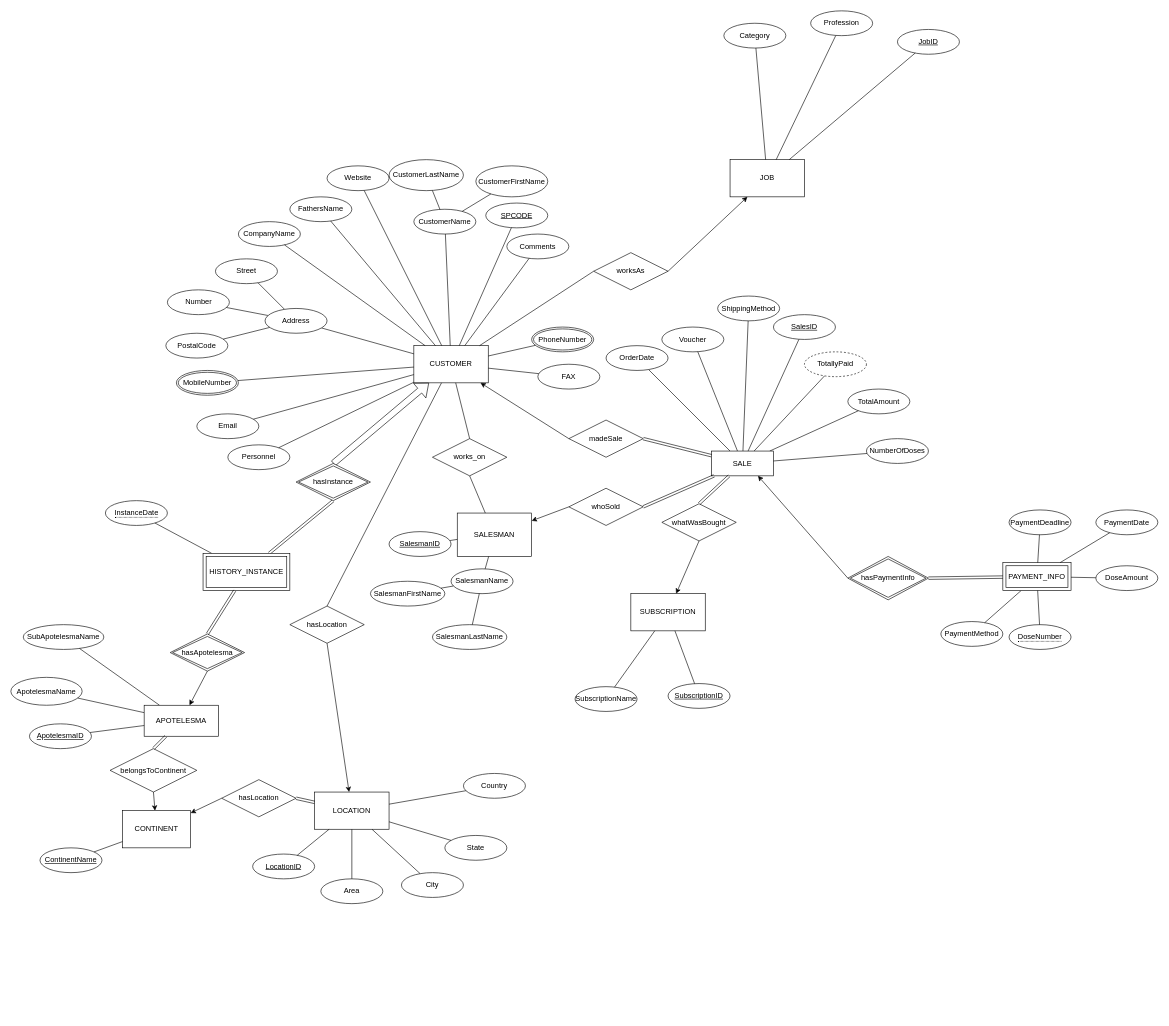
Before: page "Page-1" (1 of 2) of DatabaseFiles/melathronDB.drawio in nickfryganiotis/melathron, a draw.io diagram. Source tidied: cells renumbered, new cells numbered last; positions are measured from the earlier drawing's top-left corner, leaving out a move shared by most shapes. Both pictures are drawn from the tidied source at 62%, with x=0, y=0 at pixel (11, 11).
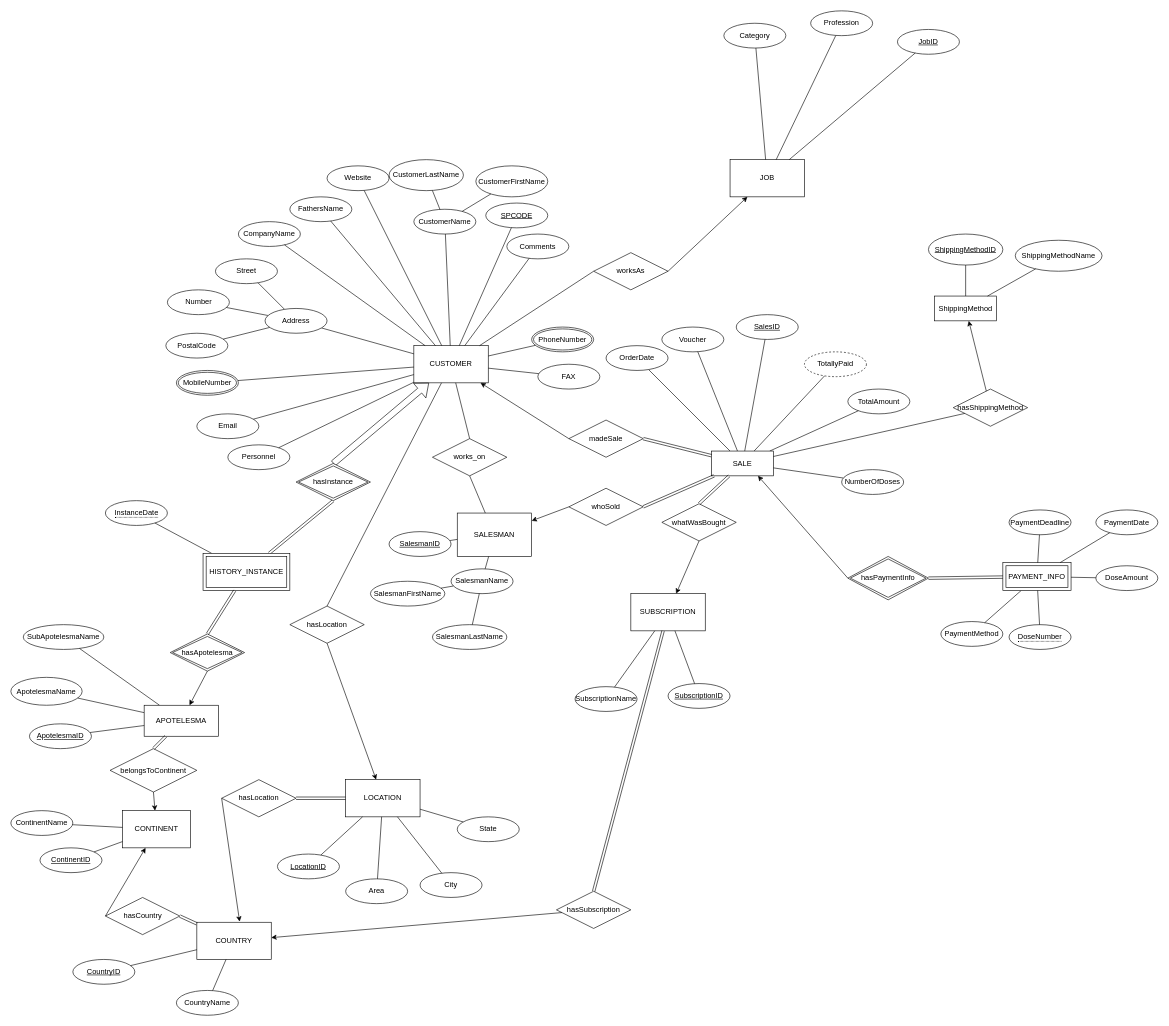
The same diagram, later.

Unchanged cells that the change refers to:
```xml
<mxCell id="3" value="SUBSCRIPTION" style="whiteSpace=wrap;html=1;align=center;" parent="1" vertex="1">
  <mxGeometry x="1000" y="940" width="120" height="60" as="geometry" />
</mxCell>
<mxCell id="55" value="SALE" style="whiteSpace=wrap;html=1;align=center;" parent="1" vertex="1">
  <mxGeometry x="1130" y="710" width="100" height="40" as="geometry" />
</mxCell>
<mxCell id="124" value="CONTINENT" style="whiteSpace=wrap;html=1;align=center;" parent="1" vertex="1">
  <mxGeometry x="180" y="1290" width="110" height="60" as="geometry" />
</mxCell>
<mxCell id="130" value="hasLocation" style="shape=rhombus;perimeter=rhombusPerimeter;whiteSpace=wrap;html=1;align=center;" parent="1" vertex="1">
  <mxGeometry x="340" y="1240" width="120" height="60" as="geometry" />
</mxCell>
```

What changed in the source:
```diff
@@
-    <mxCell id="47" value="ShippingMethod" style="ellipse;whiteSpace=wrap;html=1;align=center;" parent="1" vertex="1">
-      <mxGeometry x="1140" y="460" width="100" height="40" as="geometry" />
-    </mxCell>
-    <mxCell id="48" style="endArrow=none;html=1;rounded=0;" parent="1" edge="1" source="55" target="47">
-      <mxGeometry relative="1" as="geometry" />
-    </mxCell>
@@
     <mxCell id="56" value="SalesID" style="ellipse;whiteSpace=wrap;html=1;align=center;fontStyle=4;" parent="1" vertex="1">
-      <mxGeometry x="1230" y="490" width="100" height="40" as="geometry" />
+      <mxGeometry x="1170" y="490" width="100" height="40" as="geometry" />
     </mxCell>
@@
     <mxCell id="76" value="NumberOfDoses" style="ellipse;whiteSpace=wrap;html=1;align=center;" parent="1" vertex="1">
-      <mxGeometry x="1380" y="690" width="100" height="40" as="geometry" />
+      <mxGeometry x="1340" y="740" width="100" height="40" as="geometry" />
     </mxCell>
@@
     <mxCell id="99" value="LOCATION" style="rounded=0;whiteSpace=wrap;html=1;" parent="1" vertex="1">
-      <mxGeometry x="490" y="1260" width="120" height="60" as="geometry" />
+      <mxGeometry x="540" y="1240" width="120" height="60" as="geometry" />
     </mxCell>
     <mxCell id="100" value="LocationID" style="ellipse;whiteSpace=wrap;html=1;align=center;fontStyle=4;" parent="1" vertex="1">
-      <mxGeometry x="390" y="1360" width="100" height="40" as="geometry" />
+      <mxGeometry x="430" y="1360" width="100" height="40" as="geometry" />
     </mxCell>
-    <mxCell id="101" value="Country" style="ellipse;whiteSpace=wrap;html=1;align=center;" parent="1" vertex="1">
-      <mxGeometry x="730" y="1230" width="100" height="40" as="geometry" />
-    </mxCell>
     <mxCell id="102" value="State" style="ellipse;whiteSpace=wrap;html=1;align=center;" parent="1" vertex="1">
-      <mxGeometry x="700" y="1330" width="100" height="40" as="geometry" />
+      <mxGeometry x="720" y="1300" width="100" height="40" as="geometry" />
     </mxCell>
     <mxCell id="103" value="City" style="ellipse;whiteSpace=wrap;html=1;align=center;" parent="1" vertex="1">
-      <mxGeometry x="630" y="1390" width="100" height="40" as="geometry" />
+      <mxGeometry x="660" y="1390" width="100" height="40" as="geometry" />
     </mxCell>
     <mxCell id="104" value="Area" style="ellipse;whiteSpace=wrap;html=1;align=center;" parent="1" vertex="1">
-      <mxGeometry x="500" y="1400" width="100" height="40" as="geometry" />
+      <mxGeometry x="540" y="1400" width="100" height="40" as="geometry" />
     </mxCell>
@@
-    <mxCell id="106" style="endArrow=none;html=1;rounded=0;" parent="1" edge="1" source="101" target="99">
-      <mxGeometry relative="1" as="geometry" />
-    </mxCell>
@@
-    <mxCell id="129" value="ContinentName" style="ellipse;whiteSpace=wrap;html=1;align=center;fontStyle=4;" parent="1" vertex="1">
+    <mxCell id="129" value="ContinentID" style="ellipse;whiteSpace=wrap;html=1;align=center;fontStyle=4;" parent="1" vertex="1">
       <mxGeometry x="47" y="1350" width="100" height="40" as="geometry" />
     </mxCell>
@@
-    <mxCell id="132" style="endArrow=classic;html=1;exitX=0;exitY=0.5;exitDx=0;exitDy=0;" parent="1" edge="1" source="130" target="124">
+    <mxCell id="132" style="endArrow=classic;html=1;exitX=0;exitY=0.5;exitDx=0;exitDy=0;entryX=0.575;entryY=-0.017;entryDx=0;entryDy=0;entryPerimeter=0;" parent="1" edge="1" source="130" target="141">
       <mxGeometry relative="1" as="geometry" />
     </mxCell>
@@
+    <mxCell id="141" value="COUNTRY" style="rounded=0;whiteSpace=wrap;html=1;" parent="1" vertex="1">
+      <mxGeometry x="300" y="1470" width="120" height="60" as="geometry" />
+    </mxCell>
+    <mxCell id="142" value="ContinentName" style="ellipse;whiteSpace=wrap;html=1;align=center;" parent="1" vertex="1">
+      <mxGeometry y="1290" width="100" height="40" as="geometry" />
+    </mxCell>
+    <mxCell id="143" style="endArrow=none;html=1;rounded=0;" parent="1" edge="1" source="142" target="124">
+      <mxGeometry relative="1" as="geometry" />
+    </mxCell>
+    <mxCell id="144" value="CountryID" style="ellipse;whiteSpace=wrap;html=1;align=center;fontStyle=4;" parent="1" vertex="1">
+      <mxGeometry x="100" y="1530" width="100" height="40" as="geometry" />
+    </mxCell>
+    <mxCell id="145" value="CountryName" style="ellipse;whiteSpace=wrap;html=1;align=center;" parent="1" vertex="1">
+      <mxGeometry x="267" y="1580" width="100" height="40" as="geometry" />
+    </mxCell>
+    <mxCell id="146" style="endArrow=none;html=1;rounded=0;" parent="1" edge="1" source="144" target="141">
+      <mxGeometry relative="1" as="geometry" />
+    </mxCell>
+    <mxCell id="147" style="endArrow=none;html=1;rounded=0;" parent="1" edge="1" source="145" target="141">
+      <mxGeometry relative="1" as="geometry" />
+    </mxCell>
+    <mxCell id="148" value="hasCountry" style="shape=rhombus;perimeter=rhombusPerimeter;whiteSpace=wrap;html=1;align=center;" parent="1" vertex="1">
+      <mxGeometry x="152.5" y="1430" width="120" height="60" as="geometry" />
+    </mxCell>
+    <mxCell id="149" style="endArrow=none;html=1;rounded=0;exitX=1;exitY=0.5;exitDx=0;exitDy=0;shape=link;" parent="1" edge="1" source="148" target="141">
+      <mxGeometry relative="1" as="geometry" />
+    </mxCell>
+    <mxCell id="150" style="endArrow=classic;html=1;exitX=0;exitY=0.5;exitDx=0;exitDy=0;" parent="1" edge="1" source="148" target="124">
+      <mxGeometry relative="1" as="geometry" />
+    </mxCell>
+    <mxCell id="151" value="hasSubscription" style="shape=rhombus;perimeter=rhombusPerimeter;whiteSpace=wrap;html=1;align=center;" parent="1" vertex="1">
+      <mxGeometry x="880" y="1420" width="120" height="60" as="geometry" />
+    </mxCell>
+    <mxCell id="152" style="endArrow=none;html=1;rounded=0;exitX=0.5;exitY=0;exitDx=0;exitDy=0;shape=link;" parent="1" edge="1" source="151" target="3">
+      <mxGeometry relative="1" as="geometry" />
+    </mxCell>
+    <mxCell id="153" style="endArrow=classic;html=1;strokeColor=#000000;" parent="1" edge="1" source="151" target="141">
+      <mxGeometry relative="1" as="geometry" />
+    </mxCell>
+    <mxCell id="47" value="ShippingMethod" style="whiteSpace=wrap;html=1;align=center;" parent="1" vertex="1">
+      <mxGeometry x="1490" y="460" width="100" height="40" as="geometry" />
+    </mxCell>
+    <mxCell id="154" value="ShippingMethodName" style="ellipse;whiteSpace=wrap;html=1;align=center;" parent="1" vertex="1">
+      <mxGeometry x="1620" y="370" width="140" height="50" as="geometry" />
+    </mxCell>
+    <mxCell id="155" value="hasShippingMethod" style="shape=rhombus;perimeter=rhombusPerimeter;whiteSpace=wrap;html=1;align=center;" parent="1" vertex="1">
+      <mxGeometry x="1520" y="610" width="120" height="60" as="geometry" />
+    </mxCell>
+    <mxCell id="156" value="ShippingMethodID" style="ellipse;whiteSpace=wrap;html=1;align=center;fontStyle=4;" parent="1" vertex="1">
+      <mxGeometry x="1480" y="360" width="120" height="50" as="geometry" />
+    </mxCell>
+    <mxCell id="157" style="endArrow=none;html=1;rounded=0;strokeColor=#000000;" parent="1" edge="1" source="154" target="47">
+      <mxGeometry relative="1" as="geometry" />
+    </mxCell>
+    <mxCell id="158" style="endArrow=none;html=1;rounded=0;strokeColor=#000000;" parent="1" edge="1" source="156" target="47">
+      <mxGeometry relative="1" as="geometry" />
+    </mxCell>
+    <mxCell id="159" style="endArrow=classic;html=1;strokeColor=#000000;" parent="1" edge="1" source="155" target="47">
+      <mxGeometry relative="1" as="geometry" />
+    </mxCell>
+    <mxCell id="160" style="endArrow=none;html=1;rounded=0;strokeColor=#000000;" parent="1" edge="1" source="55" target="155">
+      <mxGeometry relative="1" as="geometry" />
+    </mxCell>
```
